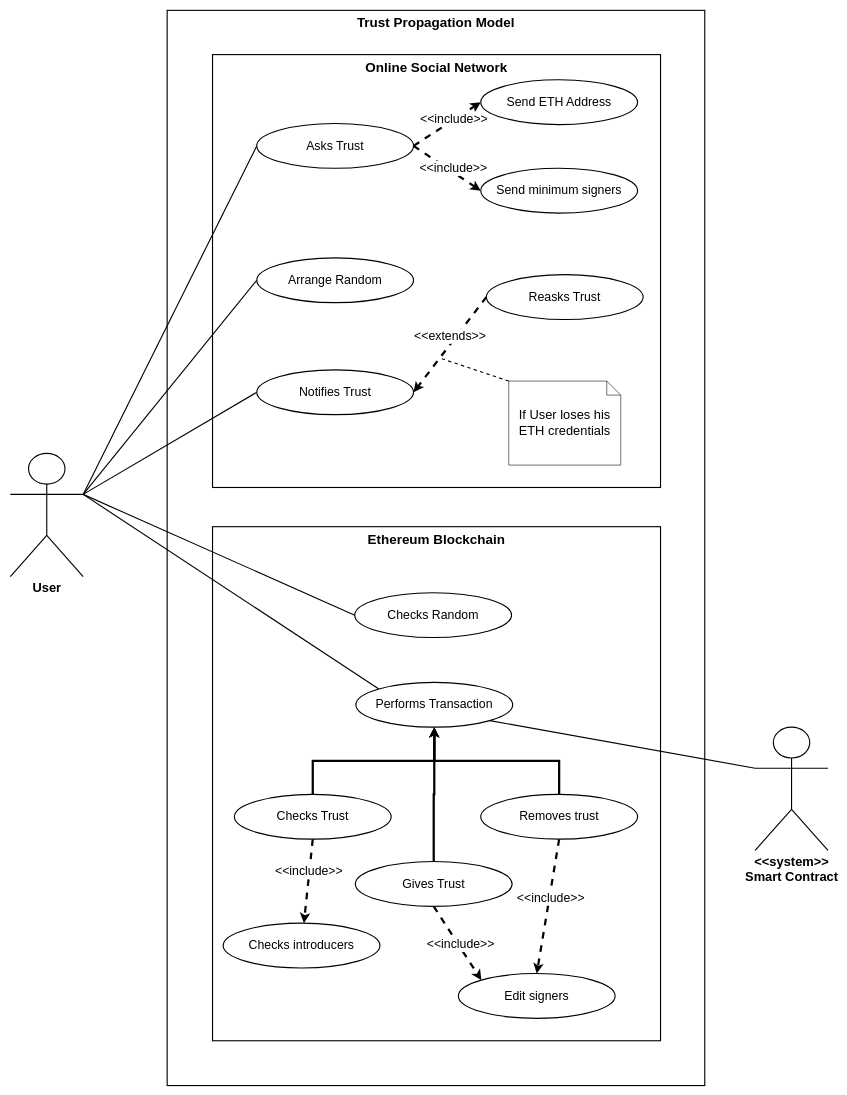
The draw.io diagram TrustPropagationETH/TrustPropagationUseCase.drawio in savernike/DiagramsSet, before the edit. Source tidied: cells renumbered, new cells numbered last; positions are measured from the earlier drawing's top-left corner, leaving out a move shared by most shapes. Both pictures are drawn from the tidied source at 56%, with x=0, y=0 at pixel (10, 10).
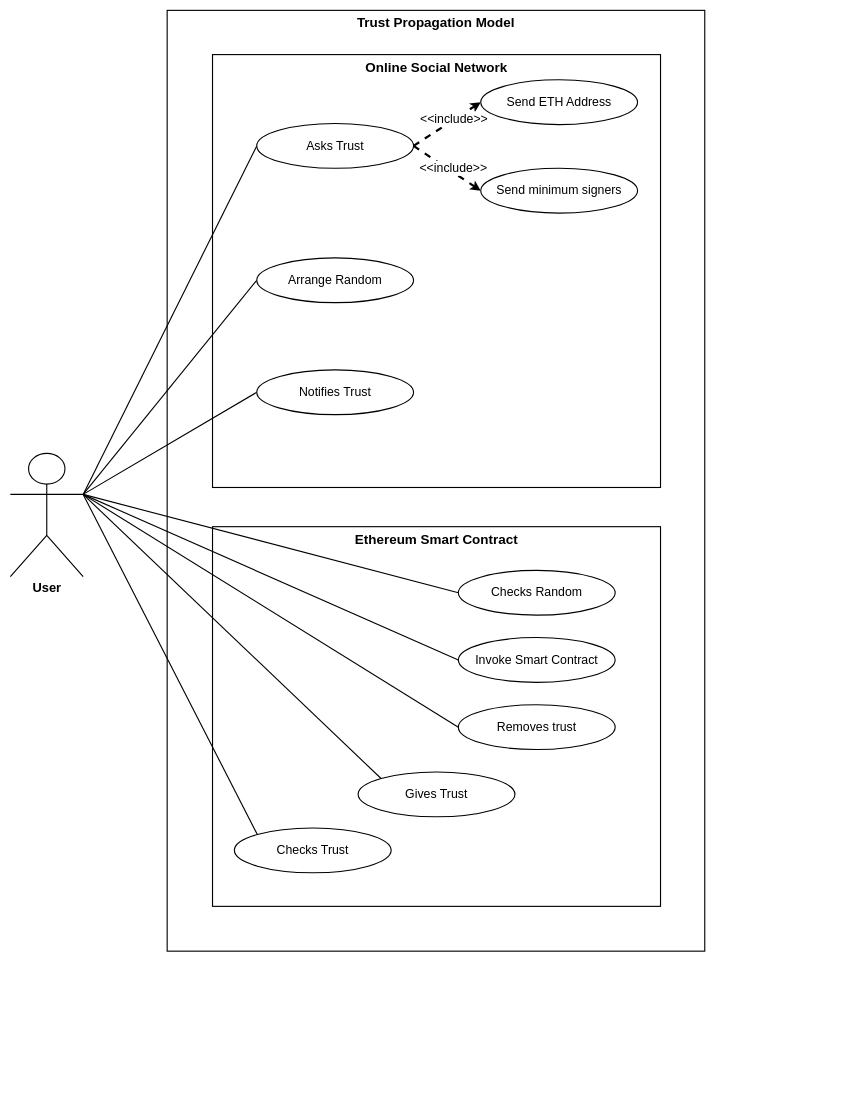
Above is the later version.

Commit message:
Aggiornamento dopo review

Unchanged cells that the change refers to:
```xml
<mxCell id="10" value="User" style="shape=umlActor;verticalLabelPosition=bottom;verticalAlign=top;html=1;align=center;strokeWidth=2;fontSize=23;fontStyle=1;" parent="1" vertex="1">
  <mxGeometry y="791" width="130" height="220" as="geometry" />
</mxCell>
<mxCell id="19" value="&lt;font style=&quot;font-size: 22px;&quot;&gt;Notifies Trust&lt;/font&gt;" style="ellipse;whiteSpace=wrap;html=1;strokeWidth=2;" parent="1" vertex="1">
  <mxGeometry x="440" y="642" width="280" height="80" as="geometry" />
</mxCell>
```

Diff of the diagram source:
```diff
@@
     <mxCell id="3" value="&lt;h1 style=&quot;line-height: 0%;&quot;&gt;Trust Propagation Model&lt;/h1&gt;" style="rounded=0;whiteSpace=wrap;html=1;fillColor=none;labelPosition=center;verticalLabelPosition=middle;align=center;verticalAlign=top;horizontal=1;labelBackgroundColor=none;strokeWidth=2;" parent="1" vertex="1">
-      <mxGeometry x="280" width="960" height="1920" as="geometry" />
+      <mxGeometry x="280" width="960" height="1680" as="geometry" />
     </mxCell>
-    <mxCell id="4" value="&lt;h1 style=&quot;line-height: 0%;&quot;&gt;Ethereum Blockchain&lt;/h1&gt;" style="rounded=0;whiteSpace=wrap;html=1;fillColor=none;labelPosition=center;verticalLabelPosition=middle;align=center;verticalAlign=top;horizontal=1;labelBackgroundColor=none;strokeWidth=2;" parent="1" vertex="1">
-      <mxGeometry x="361" y="922" width="800" height="918" as="geometry" />
+    <mxCell id="4" value="&lt;h1 style=&quot;line-height: 0%;&quot;&gt;Ethereum Smart Contract&lt;/h1&gt;" style="rounded=0;whiteSpace=wrap;html=1;fillColor=none;labelPosition=center;verticalLabelPosition=middle;align=center;verticalAlign=top;horizontal=1;labelBackgroundColor=none;strokeWidth=2;" parent="1" vertex="1">
+      <mxGeometry x="361" y="922" width="800" height="678" as="geometry" />
     </mxCell>
@@
-    <mxCell id="8" style="rounded=0;jettySize=auto;html=1;exitX=1;exitY=0.3333333333333333;exitDx=0;exitDy=0;exitPerimeter=0;entryX=0;entryY=0;entryDx=0;entryDy=0;strokeWidth=2;endArrow=none;endFill=0;" parent="1" edge="1" source="10" target="26">
+    <mxCell id="8" style="rounded=0;jettySize=auto;html=1;exitX=1;exitY=0.3333333333333333;exitDx=0;exitDy=0;exitPerimeter=0;entryX=0;entryY=0.5;entryDx=0;entryDy=0;strokeWidth=2;endArrow=none;endFill=0;" parent="1" edge="1" source="10" target="26">
       <mxGeometry relative="1" as="geometry" />
     </mxCell>
@@
+    <mxCell id="43" style="rounded=0;jettySize=auto;html=1;exitX=1;exitY=0.3333333333333333;exitDx=0;exitDy=0;exitPerimeter=0;entryX=0;entryY=0.5;entryDx=0;entryDy=0;strokeWidth=2;endArrow=none;endFill=0;" parent="1" edge="1" source="10" target="36">
+      <mxGeometry relative="1" as="geometry" />
+    </mxCell>
+    <mxCell id="44" style="rounded=0;jettySize=auto;html=1;exitX=1;exitY=0.3333333333333333;exitDx=0;exitDy=0;exitPerimeter=0;entryX=0;entryY=0;entryDx=0;entryDy=0;strokeWidth=2;endArrow=none;endFill=0;" parent="1" edge="1" source="10" target="41">
+      <mxGeometry relative="1" as="geometry" />
+    </mxCell>
+    <mxCell id="45" style="rounded=0;jettySize=auto;html=1;exitX=1;exitY=0.3333333333333333;exitDx=0;exitDy=0;exitPerimeter=0;entryX=0;entryY=0;entryDx=0;entryDy=0;strokeWidth=2;endArrow=none;endFill=0;" parent="1" edge="1" source="10" target="32">
+      <mxGeometry relative="1" as="geometry" />
+    </mxCell>
@@
-    <mxCell id="20" style="rounded=0;jettySize=auto;html=1;exitX=0;exitY=0.5;exitDx=0;exitDy=0;strokeWidth=4;entryX=1;entryY=0.5;entryDx=0;entryDy=0;dashed=1;" parent="1" edge="1" source="22" target="19">
-      <mxGeometry relative="1" as="geometry" />
-    </mxCell>
-    <mxCell id="21" value="&amp;lt;&amp;lt;extends&amp;gt;&amp;gt;" style="edgeLabel;html=1;align=center;verticalAlign=middle;fontSize=22;" parent="20" vertex="1">
-      <mxGeometry x="0.03" y="2" relative="1" as="geometry">
-        <mxPoint y="-19" as="offset" />
-      </mxGeometry>
-    </mxCell>
-    <mxCell id="22" value="&lt;font style=&quot;font-size: 22px;&quot;&gt;Reasks Trust&lt;/font&gt;" style="ellipse;whiteSpace=wrap;html=1;strokeWidth=2;" parent="1" vertex="1">
-      <mxGeometry x="850" y="472" width="280" height="80" as="geometry" />
-    </mxCell>
-    <mxCell id="23" style="rounded=0;jettySize=auto;html=1;exitX=0;exitY=0;exitDx=0;exitDy=0;exitPerimeter=0;strokeWidth=2;dashed=1;endArrow=none;endFill=0;" parent="1" edge="1" source="24">
-      <mxGeometry relative="1" as="geometry">
-        <mxPoint x="770" y="622" as="targetPoint" />
-      </mxGeometry>
-    </mxCell>
-    <mxCell id="24" value="If User loses&lt;font style=&quot;font-size: 23px;&quot;&gt;&amp;nbsp;his ETH credentials&lt;/font&gt;" style="shape=note2;boundedLbl=1;whiteSpace=wrap;html=1;size=25;verticalAlign=middle;align=center;fontSize=23;" parent="1" vertex="1">
-      <mxGeometry x="890" y="662" width="200" height="150" as="geometry" />
-    </mxCell>
-    <mxCell id="25" value="&amp;lt;&amp;lt;system&amp;gt;&amp;gt;&lt;br&gt;Smart Contract" style="shape=umlActor;verticalLabelPosition=bottom;verticalAlign=top;html=1;align=center;strokeWidth=2;fontSize=23;fontStyle=1;" parent="1" vertex="1">
-      <mxGeometry x="1330" y="1280" width="130" height="220" as="geometry" />
-    </mxCell>
-    <mxCell id="26" value="&lt;font style=&quot;font-size: 22px;&quot;&gt;Performs Transaction&lt;/font&gt;" style="ellipse;whiteSpace=wrap;html=1;strokeWidth=2;" parent="1" vertex="1">
-      <mxGeometry x="617" y="1200" width="280" height="80" as="geometry" />
+    <mxCell id="26" value="&lt;font style=&quot;font-size: 22px;&quot;&gt;Invoke Smart Contract&lt;/font&gt;" style="ellipse;whiteSpace=wrap;html=1;strokeWidth=2;" parent="1" vertex="1">
+      <mxGeometry x="800" y="1120" width="280" height="80" as="geometry" />
     </mxCell>
-    <mxCell id="27" style="rounded=0;jettySize=auto;html=1;exitX=1;exitY=1;exitDx=0;exitDy=0;entryX=0;entryY=0.3333333333333333;entryDx=0;entryDy=0;entryPerimeter=0;strokeWidth=2;endArrow=none;endFill=0;" parent="1" edge="1" source="26" target="25">
-      <mxGeometry relative="1" as="geometry" />
-    </mxCell>
     <mxCell id="28" value="&lt;span style=&quot;font-size: 22px;&quot;&gt;Checks Random&lt;/span&gt;" style="ellipse;whiteSpace=wrap;html=1;strokeWidth=2;" parent="1" vertex="1">
-      <mxGeometry x="615" y="1040" width="280" height="80" as="geometry" />
+      <mxGeometry x="800" y="1000" width="280" height="80" as="geometry" />
     </mxCell>
-    <mxCell id="29" style="edgeStyle=orthogonalEdgeStyle;rounded=0;jettySize=auto;html=1;exitX=0.5;exitY=0;exitDx=0;exitDy=0;entryX=0.5;entryY=1;entryDx=0;entryDy=0;strokeWidth=4;" parent="1" edge="1" source="32" target="26">
-      <mxGeometry relative="1" as="geometry" />
-    </mxCell>
-    <mxCell id="30" style="rounded=0;jettySize=auto;html=1;exitX=0.5;exitY=1;exitDx=0;exitDy=0;strokeWidth=4;dashed=1;" parent="1" edge="1" source="32" target="37">
-      <mxGeometry relative="1" as="geometry" />
-    </mxCell>
-    <mxCell id="31" value="&amp;lt;&amp;lt;include&amp;gt;&amp;gt;" style="edgeLabel;html=1;align=center;verticalAlign=middle;fontSize=22;" parent="30" vertex="1">
-      <mxGeometry x="0.24" y="7" relative="1" as="geometry">
-        <mxPoint x="-5" y="-38" as="offset" />
-      </mxGeometry>
-    </mxCell>
     <mxCell id="32" value="&lt;font style=&quot;font-size: 22px;&quot;&gt;Checks Trust&lt;/font&gt;" style="ellipse;whiteSpace=wrap;html=1;strokeWidth=2;" parent="1" vertex="1">
-      <mxGeometry x="400" y="1400" width="280" height="80" as="geometry" />
+      <mxGeometry x="400" y="1460" width="280" height="80" as="geometry" />
     </mxCell>
-    <mxCell id="33" style="edgeStyle=orthogonalEdgeStyle;rounded=0;jettySize=auto;html=1;exitX=0.5;exitY=0;exitDx=0;exitDy=0;entryX=0.5;entryY=1;entryDx=0;entryDy=0;strokeWidth=4;" parent="1" edge="1" source="36" target="26">
-      <mxGeometry relative="1" as="geometry" />
-    </mxCell>
-    <mxCell id="34" style="rounded=0;jettySize=auto;html=1;exitX=0.5;exitY=1;exitDx=0;exitDy=0;entryX=0.5;entryY=0;entryDx=0;entryDy=0;dashed=1;strokeWidth=4;" parent="1" edge="1" source="36" target="42">
-      <mxGeometry relative="1" as="geometry" />
-    </mxCell>
-    <mxCell id="35" value="&amp;lt;&amp;lt;include&amp;gt;&amp;gt;" style="edgeLabel;html=1;align=center;verticalAlign=middle;fontSize=22;" parent="34" vertex="1">
-      <mxGeometry x="-0.12" y="2" relative="1" as="geometry">
-        <mxPoint y="-1" as="offset" />
-      </mxGeometry>
-    </mxCell>
     <mxCell id="36" value="&lt;font style=&quot;font-size: 22px;&quot;&gt;Removes trust&lt;/font&gt;" style="ellipse;whiteSpace=wrap;html=1;strokeWidth=2;" parent="1" vertex="1">
-      <mxGeometry x="840" y="1400" width="280" height="80" as="geometry" />
+      <mxGeometry x="800" y="1240" width="280" height="80" as="geometry" />
     </mxCell>
-    <mxCell id="37" value="&lt;font style=&quot;font-size: 22px;&quot;&gt;Checks introducers&lt;/font&gt;" style="ellipse;whiteSpace=wrap;html=1;strokeWidth=2;" parent="1" vertex="1">
-      <mxGeometry x="380" y="1630" width="280" height="80" as="geometry" />
-    </mxCell>
-    <mxCell id="38" style="edgeStyle=orthogonalEdgeStyle;rounded=0;jettySize=auto;html=1;exitX=0.5;exitY=0;exitDx=0;exitDy=0;entryX=0.5;entryY=1;entryDx=0;entryDy=0;strokeWidth=4;" parent="1" edge="1" source="41" target="26">
-      <mxGeometry relative="1" as="geometry" />
-    </mxCell>
-    <mxCell id="39" style="rounded=0;jettySize=auto;html=1;exitX=0.5;exitY=1;exitDx=0;exitDy=0;entryX=0;entryY=0;entryDx=0;entryDy=0;dashed=1;strokeWidth=4;" parent="1" edge="1" source="41" target="42">
-      <mxGeometry relative="1" as="geometry" />
-    </mxCell>
-    <mxCell id="40" value="&amp;lt;&amp;lt;include&amp;gt;&amp;gt;" style="edgeLabel;html=1;align=center;verticalAlign=middle;fontSize=22;" parent="39" vertex="1">
-      <mxGeometry x="0.06" y="3" relative="1" as="geometry">
-        <mxPoint y="-1" as="offset" />
-      </mxGeometry>
-    </mxCell>
     <mxCell id="41" value="&lt;span style=&quot;font-size: 22px;&quot;&gt;Gives Trust&lt;/span&gt;" style="ellipse;whiteSpace=wrap;html=1;strokeWidth=2;" parent="1" vertex="1">
-      <mxGeometry x="616" y="1520" width="280" height="80" as="geometry" />
+      <mxGeometry x="621" y="1360" width="280" height="80" as="geometry" />
     </mxCell>
-    <mxCell id="42" value="&lt;font style=&quot;font-size: 22px;&quot;&gt;Edit signers&lt;/font&gt;" style="ellipse;whiteSpace=wrap;html=1;strokeWidth=2;" parent="1" vertex="1">
-      <mxGeometry x="800" y="1720" width="280" height="80" as="geometry" />
-    </mxCell>
```
